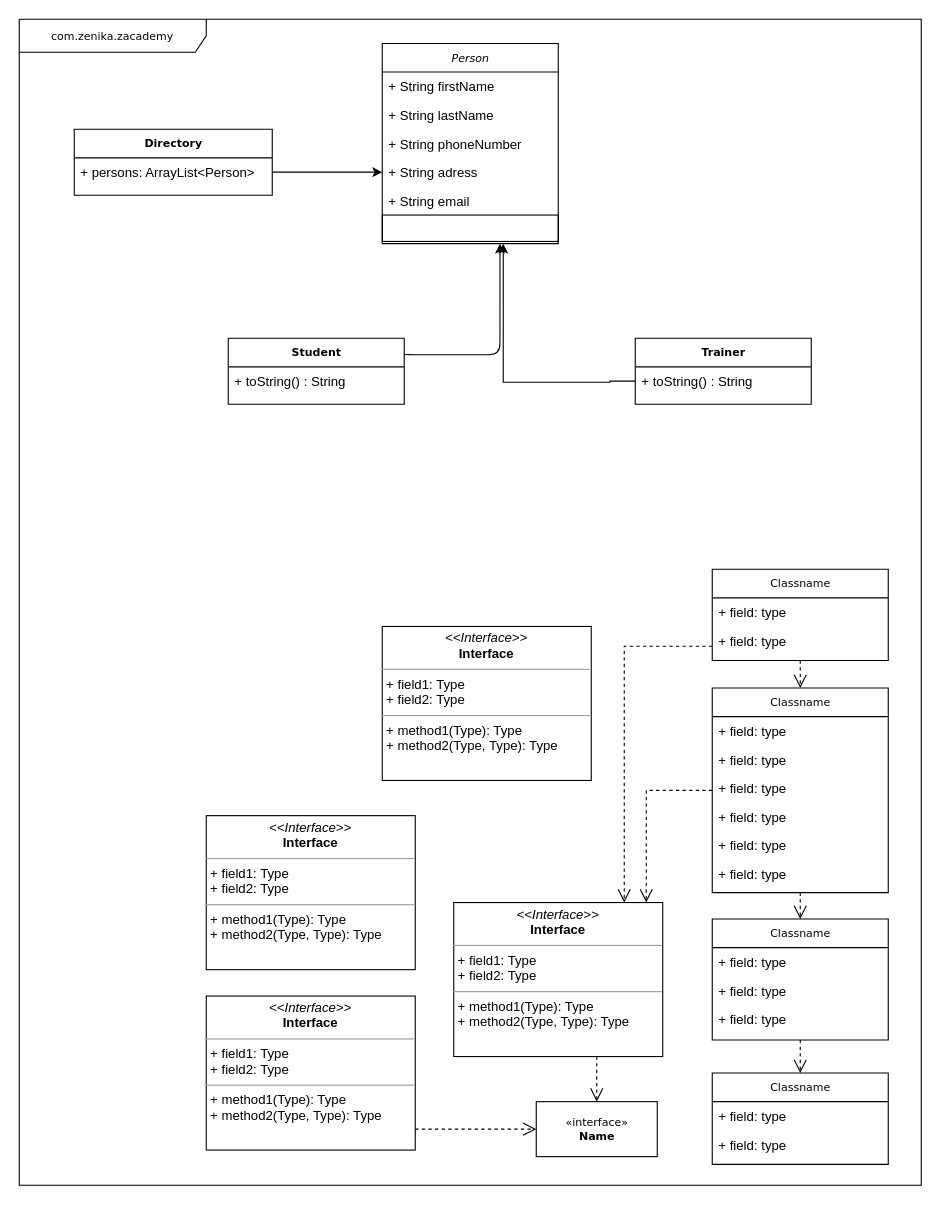
LisaDaudibon/designjava-tp4 keeps this draw.io diagram as Zacademy_DC.drawio. Above is the earlier version. Source tidied: cells renumbered, new cells numbered last; positions are measured from the earlier drawing's top-left corner, leaving out a move shared by most shapes. Both pictures are drawn from the tidied source at 110%, with x=0, y=0 at pixel (19, 19).
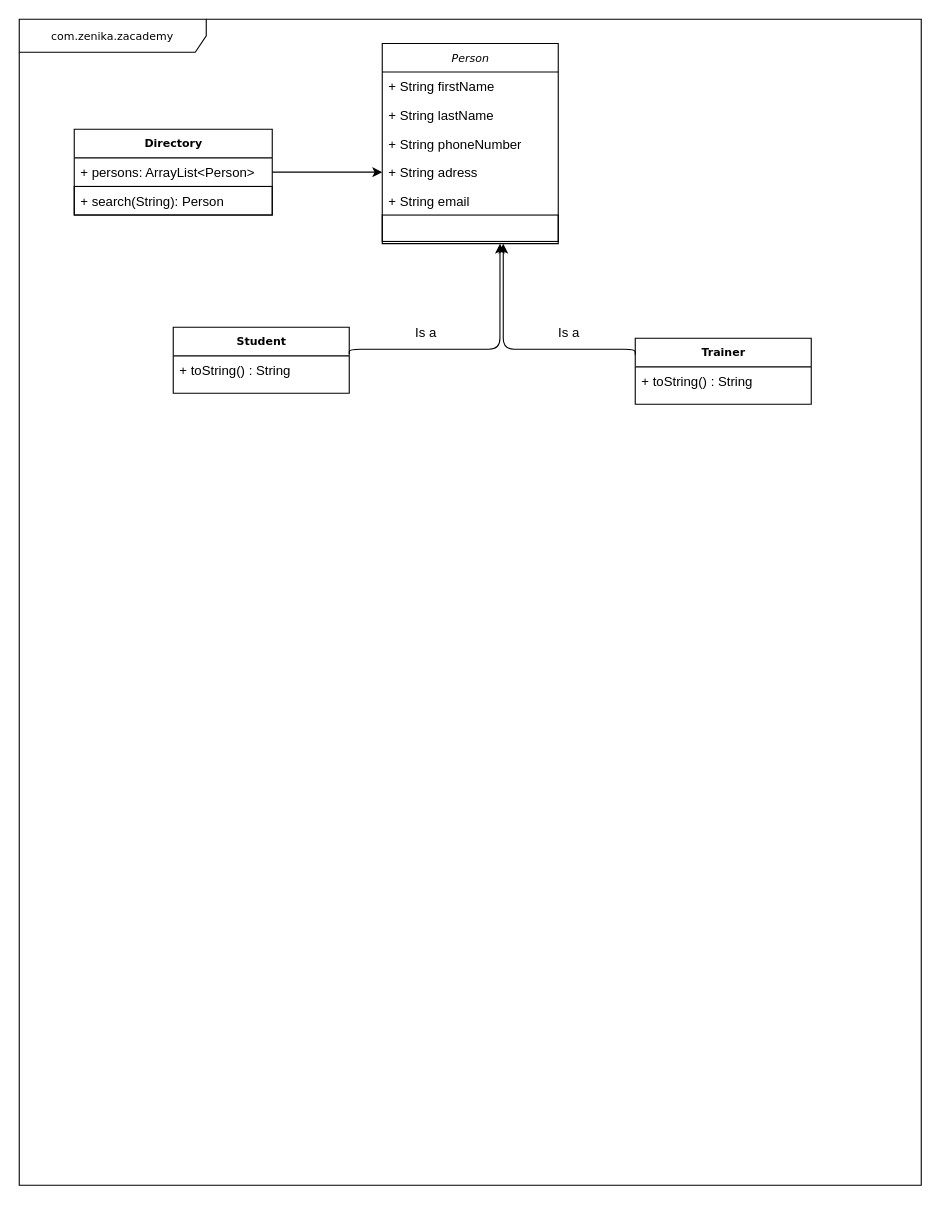
After the change.

Commit message:
Mettre à jour Zacademy_DC.drawio

Unchanged cells that the change refers to:
```xml
<mxCell id="18" style="text;html=1;strokeColor=default;fillColor=none;align=left;verticalAlign=top;spacingLeft=4;spacingRight=4;whiteSpace=wrap;overflow=hidden;points=[[0,0.5],[1,0.5]];portConstraint=eastwest;" parent="12" vertex="1">
  <mxGeometry y="156" width="160" height="24" as="geometry" />
</mxCell>
<mxCell id="19" value="&lt;b&gt;Trainer&lt;/b&gt;" style="swimlane;html=1;fontStyle=0;horizontal=1;startSize=26;fillColor=none;swimlaneFillColor=#ffffff;rounded=0;shadow=0;comic=0;labelBackgroundColor=none;strokeWidth=1;fontFamily=Verdana;fontSize=10;align=center;" parent="1" vertex="1">
  <mxGeometry x="560" y="290" width="160" height="60" as="geometry" />
</mxCell>
<mxCell id="20" value="+ toString() : String" style="text;html=1;strokeColor=none;fillColor=none;align=left;verticalAlign=top;spacingLeft=4;spacingRight=4;whiteSpace=wrap;overflow=hidden;points=[[0,0.5],[1,0.5]];portConstraint=eastwest;" parent="19" vertex="1">
  <mxGeometry y="26" width="160" height="26" as="geometry" />
</mxCell>
```

Diff of the diagram source:
```diff
@@
-    <mxCell id="3" style="edgeStyle=orthogonalEdgeStyle;rounded=0;html=1;dashed=1;labelBackgroundColor=none;startFill=0;endArrow=open;endFill=0;endSize=10;fontFamily=Verdana;fontSize=10;" parent="1" edge="1" source="5" target="35">
+    <mxCell id="3" style="edgeStyle=orthogonalEdgeStyle;rounded=0;html=1;dashed=1;labelBackgroundColor=none;startFill=0;endArrow=open;endFill=0;endSize=10;fontFamily=Verdana;fontSize=10;" parent="1" edge="1">
       <mxGeometry relative="1" as="geometry">
+        <mxPoint x="570" y="803" as="targetPoint" />
         <Array as="points">
           <mxPoint x="570" y="701" />
         </Array>
       </mxGeometry>
     </mxCell>
-    <mxCell id="4" style="edgeStyle=orthogonalEdgeStyle;rounded=0;html=1;dashed=1;labelBackgroundColor=none;startFill=0;endArrow=open;endFill=0;endSize=10;fontFamily=Verdana;fontSize=10;" parent="1" edge="1" source="5" target="25">
-      <mxGeometry relative="1" as="geometry" />
+    <mxCell id="4" style="edgeStyle=orthogonalEdgeStyle;rounded=0;html=1;dashed=1;labelBackgroundColor=none;startFill=0;endArrow=open;endFill=0;endSize=10;fontFamily=Verdana;fontSize=10;" parent="1" edge="1">
+      <mxGeometry relative="1" as="geometry">
+        <mxPoint x="710" y="818" as="targetPoint" />
+      </mxGeometry>
     </mxCell>
-    <mxCell id="5" value="Classname" style="swimlane;html=1;fontStyle=0;horizontal=1;startSize=26;fillColor=none;swimlaneFillColor=#ffffff;rounded=0;shadow=0;comic=0;labelBackgroundColor=none;strokeWidth=1;fontFamily=Verdana;fontSize=10;align=center;" parent="1" vertex="1">
-      <mxGeometry x="630" y="608" width="160" height="186" as="geometry" />
-    </mxCell>
-    <mxCell id="6" value="+ field: type" style="text;html=1;strokeColor=none;fillColor=none;align=left;verticalAlign=top;spacingLeft=4;spacingRight=4;whiteSpace=wrap;overflow=hidden;" parent="5" vertex="1">
-      <mxGeometry y="26" width="160" height="26" as="geometry" />
-    </mxCell>
-    <mxCell id="7" value="+ field: type" style="text;html=1;strokeColor=none;fillColor=none;align=left;verticalAlign=top;spacingLeft=4;spacingRight=4;whiteSpace=wrap;overflow=hidden;" parent="5" vertex="1">
-      <mxGeometry y="52" width="160" height="26" as="geometry" />
-    </mxCell>
-    <mxCell id="8" value="+ field: type" style="text;html=1;strokeColor=none;fillColor=none;align=left;verticalAlign=top;spacingLeft=4;spacingRight=4;whiteSpace=wrap;overflow=hidden;" parent="5" vertex="1">
-      <mxGeometry y="78" width="160" height="26" as="geometry" />
-    </mxCell>
-    <mxCell id="9" value="+ field: type" style="text;html=1;strokeColor=none;fillColor=none;align=left;verticalAlign=top;spacingLeft=4;spacingRight=4;whiteSpace=wrap;overflow=hidden;" parent="5" vertex="1">
-      <mxGeometry y="104" width="160" height="26" as="geometry" />
-    </mxCell>
-    <mxCell id="10" value="+ field: type" style="text;html=1;strokeColor=none;fillColor=none;align=left;verticalAlign=top;spacingLeft=4;spacingRight=4;whiteSpace=wrap;overflow=hidden;" parent="5" vertex="1">
-      <mxGeometry y="130" width="160" height="26" as="geometry" />
-    </mxCell>
-    <mxCell id="11" value="+ field: type" style="text;html=1;strokeColor=none;fillColor=none;align=left;verticalAlign=top;spacingLeft=4;spacingRight=4;whiteSpace=wrap;overflow=hidden;" parent="5" vertex="1">
-      <mxGeometry y="156" width="160" height="26" as="geometry" />
-    </mxCell>
@@
-    <mxCell id="21" value="Classname" style="swimlane;html=1;fontStyle=0;horizontal=1;startSize=26;fillColor=none;swimlaneFillColor=#ffffff;rounded=0;shadow=0;comic=0;labelBackgroundColor=none;strokeWidth=1;fontFamily=Verdana;fontSize=10;align=center;" parent="1" vertex="1">
-      <mxGeometry x="630" y="958" width="160" height="83" as="geometry" />
-    </mxCell>
-    <mxCell id="22" value="+ field: type" style="text;html=1;strokeColor=none;fillColor=none;align=left;verticalAlign=top;spacingLeft=4;spacingRight=4;whiteSpace=wrap;overflow=hidden;" parent="21" vertex="1">
-      <mxGeometry y="26" width="160" height="26" as="geometry" />
-    </mxCell>
-    <mxCell id="23" value="+ field: type" style="text;html=1;strokeColor=none;fillColor=none;align=left;verticalAlign=top;spacingLeft=4;spacingRight=4;whiteSpace=wrap;overflow=hidden;" parent="21" vertex="1">
-      <mxGeometry y="52" width="160" height="26" as="geometry" />
-    </mxCell>
-    <mxCell id="24" style="edgeStyle=orthogonalEdgeStyle;rounded=0;html=1;dashed=1;labelBackgroundColor=none;startFill=0;endArrow=open;endFill=0;endSize=10;fontFamily=Verdana;fontSize=10;" parent="1" edge="1" source="25" target="21">
-      <mxGeometry relative="1" as="geometry" />
+    <mxCell id="24" style="edgeStyle=orthogonalEdgeStyle;rounded=0;html=1;dashed=1;labelBackgroundColor=none;startFill=0;endArrow=open;endFill=0;endSize=10;fontFamily=Verdana;fontSize=10;" parent="1" edge="1">
+      <mxGeometry relative="1" as="geometry">
+        <mxPoint x="710" y="958" as="targetPoint" />
+      </mxGeometry>
     </mxCell>
-    <mxCell id="25" value="Classname" style="swimlane;html=1;fontStyle=0;horizontal=1;startSize=26;fillColor=none;swimlaneFillColor=#ffffff;rounded=0;shadow=0;comic=0;labelBackgroundColor=none;strokeWidth=1;fontFamily=Verdana;fontSize=10;align=center;" parent="1" vertex="1">
-      <mxGeometry x="630" y="818" width="160" height="110" as="geometry" />
-    </mxCell>
-    <mxCell id="26" value="+ field: type" style="text;html=1;strokeColor=none;fillColor=none;align=left;verticalAlign=top;spacingLeft=4;spacingRight=4;whiteSpace=wrap;overflow=hidden;" parent="25" vertex="1">
-      <mxGeometry y="26" width="160" height="26" as="geometry" />
-    </mxCell>
-    <mxCell id="27" value="+ field: type" style="text;html=1;strokeColor=none;fillColor=none;align=left;verticalAlign=top;spacingLeft=4;spacingRight=4;whiteSpace=wrap;overflow=hidden;" parent="25" vertex="1">
-      <mxGeometry y="52" width="160" height="26" as="geometry" />
-    </mxCell>
-    <mxCell id="28" value="+ field: type" style="text;html=1;strokeColor=none;fillColor=none;align=left;verticalAlign=top;spacingLeft=4;spacingRight=4;whiteSpace=wrap;overflow=hidden;" parent="25" vertex="1">
-      <mxGeometry y="78" width="160" height="26" as="geometry" />
-    </mxCell>
-    <mxCell id="29" style="edgeStyle=orthogonalEdgeStyle;rounded=0;html=1;dashed=1;labelBackgroundColor=none;startFill=0;endArrow=open;endFill=0;endSize=10;fontFamily=Verdana;fontSize=10;" parent="1" edge="1" source="30" target="5">
-      <mxGeometry relative="1" as="geometry" />
+    <mxCell id="29" style="edgeStyle=orthogonalEdgeStyle;rounded=0;html=1;dashed=1;labelBackgroundColor=none;startFill=0;endArrow=open;endFill=0;endSize=10;fontFamily=Verdana;fontSize=10;" parent="1" edge="1">
+      <mxGeometry relative="1" as="geometry">
+        <mxPoint x="710" y="608" as="targetPoint" />
+      </mxGeometry>
     </mxCell>
-    <mxCell id="30" value="Classname" style="swimlane;html=1;fontStyle=0;horizontal=1;startSize=26;fillColor=none;swimlaneFillColor=#ffffff;rounded=0;shadow=0;comic=0;labelBackgroundColor=none;strokeWidth=1;fontFamily=Verdana;fontSize=10;align=center;" parent="1" vertex="1">
-      <mxGeometry x="630" y="500" width="160" height="83" as="geometry" />
-    </mxCell>
-    <mxCell id="31" value="+ field: type" style="text;html=1;strokeColor=none;fillColor=none;align=left;verticalAlign=top;spacingLeft=4;spacingRight=4;whiteSpace=wrap;overflow=hidden;" parent="30" vertex="1">
-      <mxGeometry y="26" width="160" height="26" as="geometry" />
-    </mxCell>
-    <mxCell id="32" value="+ field: type" style="text;html=1;strokeColor=none;fillColor=none;align=left;verticalAlign=top;spacingLeft=4;spacingRight=4;whiteSpace=wrap;overflow=hidden;" parent="30" vertex="1">
-      <mxGeometry y="52" width="160" height="26" as="geometry" />
-    </mxCell>
-    <mxCell id="33" value="&amp;laquo;interface&amp;raquo;&lt;br&gt;&lt;b&gt;Name&lt;/b&gt;" style="html=1;rounded=0;shadow=0;comic=0;labelBackgroundColor=none;strokeWidth=1;fontFamily=Verdana;fontSize=10;align=center;" parent="1" vertex="1">
-      <mxGeometry x="470" y="984" width="110" height="50" as="geometry" />
-    </mxCell>
-    <mxCell id="34" style="edgeStyle=orthogonalEdgeStyle;rounded=0;html=1;dashed=1;labelBackgroundColor=none;startFill=0;endArrow=open;endFill=0;endSize=10;fontFamily=Verdana;fontSize=10;" parent="1" edge="1" source="35" target="33">
+    <mxCell id="34" style="edgeStyle=orthogonalEdgeStyle;rounded=0;html=1;dashed=1;labelBackgroundColor=none;startFill=0;endArrow=open;endFill=0;endSize=10;fontFamily=Verdana;fontSize=10;" parent="1" edge="1">
       <mxGeometry relative="1" as="geometry">
+        <mxPoint x="525" y="943" as="sourcePoint" />
         <Array as="points">
           <mxPoint x="525" y="950" />
           <mxPoint x="525" y="950" />
         </Array>
       </mxGeometry>
     </mxCell>
-    <mxCell id="35" value="&lt;p style=&quot;margin:0px;margin-top:4px;text-align:center;&quot;&gt;&lt;i&gt;&amp;lt;&amp;lt;Interface&amp;gt;&amp;gt;&lt;/i&gt;&lt;br/&gt;&lt;b&gt;Interface&lt;/b&gt;&lt;/p&gt;&lt;hr size=&quot;1&quot;/&gt;&lt;p style=&quot;margin:0px;margin-left:4px;&quot;&gt;+ field1: Type&lt;br/&gt;+ field2: Type&lt;/p&gt;&lt;hr size=&quot;1&quot;/&gt;&lt;p style=&quot;margin:0px;margin-left:4px;&quot;&gt;+ method1(Type): Type&lt;br/&gt;+ method2(Type, Type): Type&lt;/p&gt;" style="verticalAlign=top;align=left;overflow=fill;fontSize=12;fontFamily=Helvetica;html=1;rounded=0;shadow=0;comic=0;labelBackgroundColor=none;strokeWidth=1;" parent="1" vertex="1">
-      <mxGeometry x="395" y="803" width="190" height="140" as="geometry" />
-    </mxCell>
-    <mxCell id="36" value="&lt;p style=&quot;margin:0px;margin-top:4px;text-align:center;&quot;&gt;&lt;i&gt;&amp;lt;&amp;lt;Interface&amp;gt;&amp;gt;&lt;/i&gt;&lt;br/&gt;&lt;b&gt;Interface&lt;/b&gt;&lt;/p&gt;&lt;hr size=&quot;1&quot;/&gt;&lt;p style=&quot;margin:0px;margin-left:4px;&quot;&gt;+ field1: Type&lt;br/&gt;+ field2: Type&lt;/p&gt;&lt;hr size=&quot;1&quot;/&gt;&lt;p style=&quot;margin:0px;margin-left:4px;&quot;&gt;+ method1(Type): Type&lt;br/&gt;+ method2(Type, Type): Type&lt;/p&gt;" style="verticalAlign=top;align=left;overflow=fill;fontSize=12;fontFamily=Helvetica;html=1;rounded=0;shadow=0;comic=0;labelBackgroundColor=none;strokeWidth=1;" parent="1" vertex="1">
-      <mxGeometry x="330" y="552" width="190" height="140" as="geometry" />
-    </mxCell>
-    <mxCell id="37" style="edgeStyle=orthogonalEdgeStyle;rounded=0;html=1;dashed=1;labelBackgroundColor=none;startFill=0;endArrow=open;endFill=0;endSize=10;fontFamily=Verdana;fontSize=10;" parent="1" edge="1" source="38" target="33">
+    <mxCell id="37" style="edgeStyle=orthogonalEdgeStyle;rounded=0;html=1;dashed=1;labelBackgroundColor=none;startFill=0;endArrow=open;endFill=0;endSize=10;fontFamily=Verdana;fontSize=10;" parent="1" edge="1">
       <mxGeometry relative="1" as="geometry">
+        <mxPoint x="360" y="1009" as="sourcePoint" />
         <Array as="points">
           <mxPoint x="390" y="1009" />
           <mxPoint x="390" y="1009" />
         </Array>
       </mxGeometry>
     </mxCell>
-    <mxCell id="38" value="&lt;p style=&quot;margin:0px;margin-top:4px;text-align:center;&quot;&gt;&lt;i&gt;&amp;lt;&amp;lt;Interface&amp;gt;&amp;gt;&lt;/i&gt;&lt;br/&gt;&lt;b&gt;Interface&lt;/b&gt;&lt;/p&gt;&lt;hr size=&quot;1&quot;/&gt;&lt;p style=&quot;margin:0px;margin-left:4px;&quot;&gt;+ field1: Type&lt;br/&gt;+ field2: Type&lt;/p&gt;&lt;hr size=&quot;1&quot;/&gt;&lt;p style=&quot;margin:0px;margin-left:4px;&quot;&gt;+ method1(Type): Type&lt;br/&gt;+ method2(Type, Type): Type&lt;/p&gt;" style="verticalAlign=top;align=left;overflow=fill;fontSize=12;fontFamily=Helvetica;html=1;rounded=0;shadow=0;comic=0;labelBackgroundColor=none;strokeWidth=1;" parent="1" vertex="1">
-      <mxGeometry x="170" y="888" width="190" height="140" as="geometry" />
-    </mxCell>
-    <mxCell id="39" value="&lt;p style=&quot;margin:0px;margin-top:4px;text-align:center;&quot;&gt;&lt;i&gt;&amp;lt;&amp;lt;Interface&amp;gt;&amp;gt;&lt;/i&gt;&lt;br/&gt;&lt;b&gt;Interface&lt;/b&gt;&lt;/p&gt;&lt;hr size=&quot;1&quot;/&gt;&lt;p style=&quot;margin:0px;margin-left:4px;&quot;&gt;+ field1: Type&lt;br/&gt;+ field2: Type&lt;/p&gt;&lt;hr size=&quot;1&quot;/&gt;&lt;p style=&quot;margin:0px;margin-left:4px;&quot;&gt;+ method1(Type): Type&lt;br/&gt;+ method2(Type, Type): Type&lt;/p&gt;" style="verticalAlign=top;align=left;overflow=fill;fontSize=12;fontFamily=Helvetica;html=1;rounded=0;shadow=0;comic=0;labelBackgroundColor=none;strokeWidth=1;" parent="1" vertex="1">
-      <mxGeometry x="170" y="724" width="190" height="140" as="geometry" />
-    </mxCell>
-    <mxCell id="40" style="edgeStyle=orthogonalEdgeStyle;rounded=0;html=1;dashed=1;labelBackgroundColor=none;startFill=0;endArrow=open;endFill=0;endSize=10;fontFamily=Verdana;fontSize=10;" parent="1" edge="1" source="30" target="35">
+    <mxCell id="40" style="edgeStyle=orthogonalEdgeStyle;rounded=0;html=1;dashed=1;labelBackgroundColor=none;startFill=0;endArrow=open;endFill=0;endSize=10;fontFamily=Verdana;fontSize=10;" parent="1" edge="1">
       <mxGeometry relative="1" as="geometry">
+        <mxPoint x="550" y="803" as="targetPoint" />
         <Array as="points">
           <mxPoint x="550" y="570" />
         </Array>
       </mxGeometry>
     </mxCell>
     <mxCell id="41" value="&lt;b&gt;Student&lt;/b&gt;" style="swimlane;html=1;fontStyle=0;horizontal=1;startSize=26;fillColor=none;swimlaneFillColor=#ffffff;rounded=0;shadow=0;comic=0;labelBackgroundColor=none;strokeWidth=1;fontFamily=Verdana;fontSize=10;align=center;" parent="1" vertex="1">
-      <mxGeometry x="190" y="290" width="160" height="60" as="geometry" />
+      <mxGeometry x="140" y="280" width="160" height="60" as="geometry" />
     </mxCell>
@@
-    <mxCell id="43" style="edgeStyle=orthogonalEdgeStyle;rounded=0;jettySize=auto;html=1;entryX=0;entryY=0.5;entryDx=0;entryDy=0;endArrow=none;endFill=0;startArrow=classic;startFill=1;" parent="1" edge="1" target="20">
+    <mxCell id="43" style="edgeStyle=orthogonalEdgeStyle;rounded=1;jettySize=auto;html=1;entryX=0;entryY=0.25;entryDx=0;entryDy=0;endArrow=none;endFill=0;startArrow=classic;startFill=1;curved=0;" parent="1" edge="1" target="19">
       <mxGeometry relative="1" as="geometry">
         <mxPoint x="440" y="204" as="sourcePoint" />
         <Array as="points">
-          <mxPoint x="440" y="330" />
-          <mxPoint x="537" y="330" />
+          <mxPoint x="440" y="300" />
+          <mxPoint x="560" y="300" />
         </Array>
       </mxGeometry>
     </mxCell>
     <mxCell id="44" style="edgeStyle=orthogonalEdgeStyle;rounded=1;jettySize=auto;html=1;entryX=0.669;entryY=1.083;entryDx=0;entryDy=0;entryPerimeter=0;curved=0;" parent="1" edge="1" target="18">
       <mxGeometry relative="1" as="geometry">
-        <mxPoint x="350" y="304" as="sourcePoint" />
+        <mxPoint x="300" y="304" as="sourcePoint" />
         <Array as="points">
-          <mxPoint x="350" y="305" />
-          <mxPoint x="437" y="305" />
+          <mxPoint x="300" y="300" />
+          <mxPoint x="437" y="300" />
         </Array>
       </mxGeometry>
     </mxCell>
     <mxCell id="45" value="&lt;b&gt;Directory&lt;/b&gt;" style="swimlane;html=1;fontStyle=0;horizontal=1;startSize=26;fillColor=none;swimlaneFillColor=#ffffff;rounded=0;shadow=0;comic=0;labelBackgroundColor=none;strokeWidth=1;fontFamily=Verdana;fontSize=10;align=center;" parent="1" vertex="1">
-      <mxGeometry x="50" y="100" width="180" height="60" as="geometry" />
+      <mxGeometry x="50" y="100" width="180" height="78" as="geometry" />
     </mxCell>
@@
+    <mxCell id="48" value="+ search(String): Person" style="text;html=1;strokeColor=default;fillColor=none;align=left;verticalAlign=top;spacingLeft=4;spacingRight=4;whiteSpace=wrap;overflow=hidden;" parent="45" vertex="1">
+      <mxGeometry y="52" width="180" height="26" as="geometry" />
+    </mxCell>
@@
+    <mxCell id="49" value="Is a" style="text;html=1;strokeColor=none;fillColor=none;align=center;verticalAlign=middle;whiteSpace=wrap;rounded=0;" parent="1" vertex="1">
+      <mxGeometry x="340" y="270" width="60" height="30" as="geometry" />
+    </mxCell>
+    <mxCell id="50" value="Is a" style="text;html=1;strokeColor=none;fillColor=none;align=center;verticalAlign=middle;whiteSpace=wrap;rounded=0;" parent="1" vertex="1">
+      <mxGeometry x="470" y="270" width="60" height="30" as="geometry" />
+    </mxCell>
```
